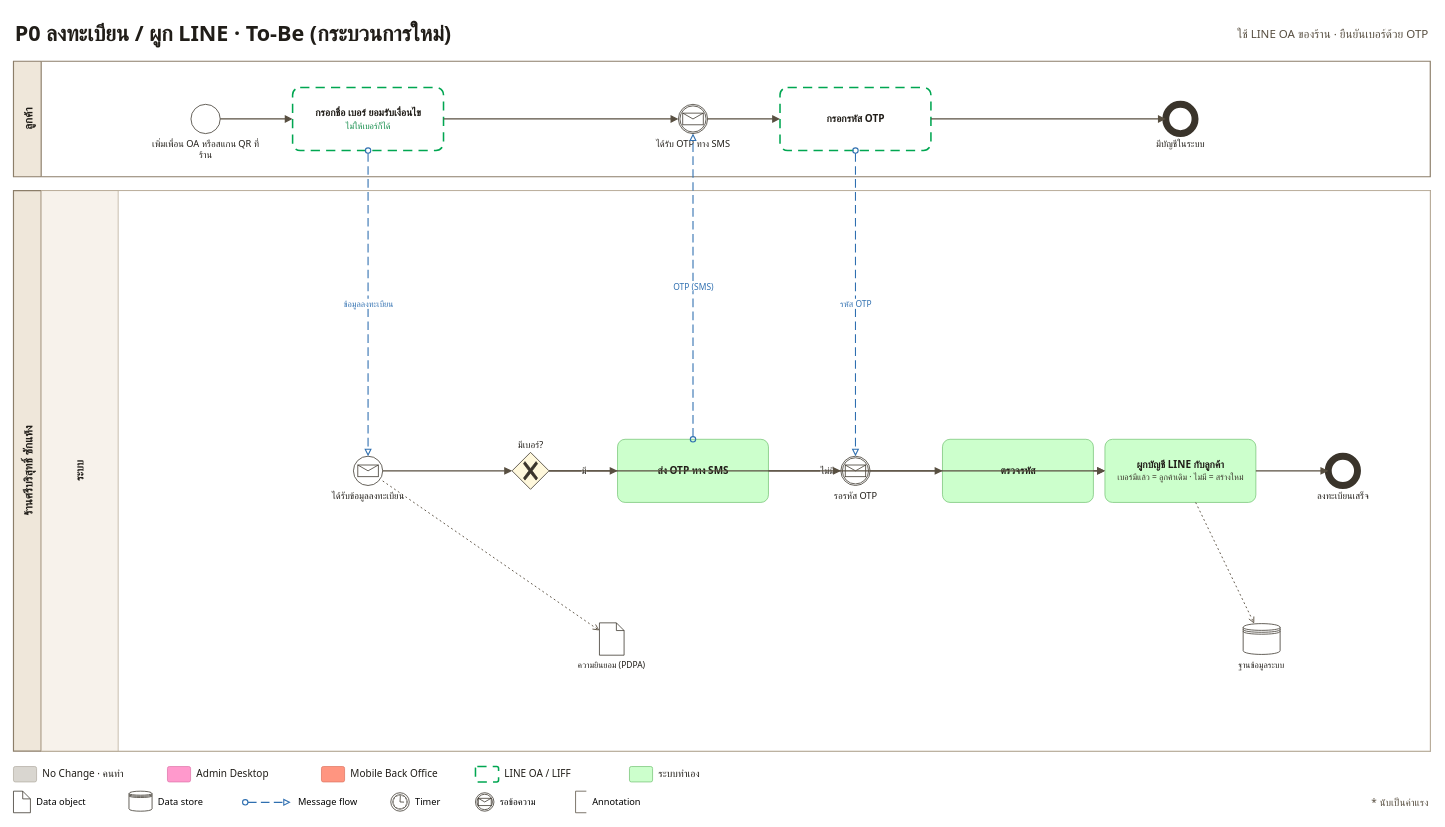
This is page "P0 ลงทะเบียน · To-Be" (3 of 18) of docs/proposal/process-bpmn.drawio from peeranat45/sriborisud-laundry, a draw.io file, before an edit. Source tidied: cells renumbered, new cells numbered last; positions are measured from the earlier drawing's top-left corner, leaving out a move shared by most shapes. Both pictures are drawn from the tidied source at 77%, with x=0, y=0 at pixel (13, 13).
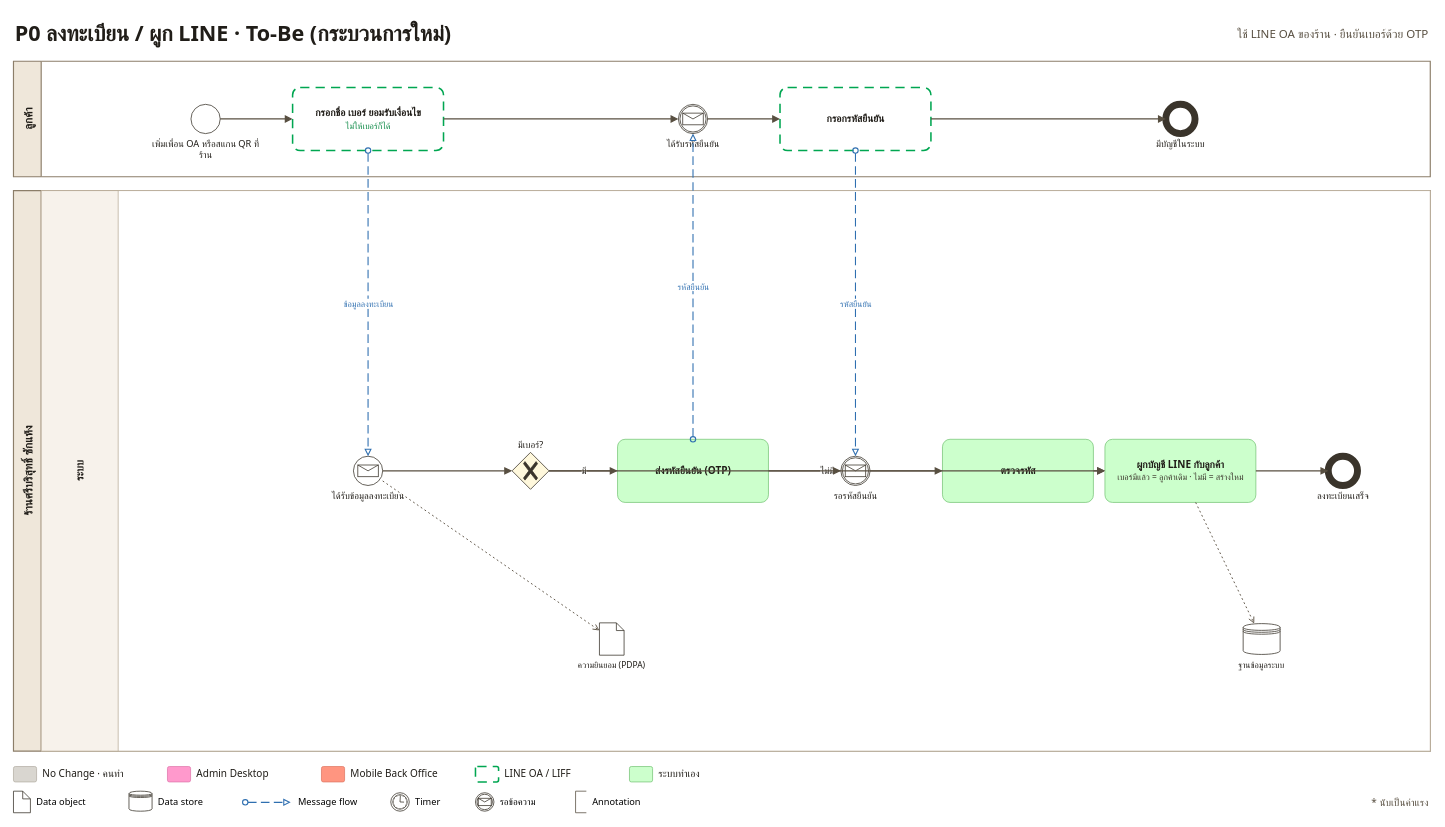
The same diagram, later.

Diff of the diagram source:
```diff
@@
-    <mxCell id="9" value="ได้รับ OTP ทาง SMS" style="fontFamily=Tahoma;html=1;whiteSpace=wrap;shape=mxgraph.bpmn.event;verticalLabelPosition=bottom;verticalAlign=top;align=center;fontSize=12;labelWidth=150;fillColor=light-dark(#FFFFFF,#FFFFFF);strokeColor=light-dark(#3A342B,#3A342B);fontColor=light-dark(#201D18,#201D18);outline=catching;symbol=message;" parent="1" vertex="1">
+    <mxCell id="9" value="ได้รับรหัสยืนยัน" style="fontFamily=Tahoma;html=1;whiteSpace=wrap;shape=mxgraph.bpmn.event;verticalLabelPosition=bottom;verticalAlign=top;align=center;fontSize=12;labelWidth=150;fillColor=light-dark(#FFFFFF,#FFFFFF);strokeColor=light-dark(#3A342B,#3A342B);fontColor=light-dark(#201D18,#201D18);outline=catching;symbol=message;" parent="1" vertex="1">
       <mxGeometry x="863.5" y="118" width="38" height="38" as="geometry" />
     </mxCell>
-    <mxCell id="10" value="&lt;b&gt;กรอกรหัส OTP&lt;/b&gt;" style="fontFamily=Tahoma;html=1;whiteSpace=wrap;rounded=1;arcSize=12;fontSize=13;verticalAlign=middle;spacing=4;fontColor=light-dark(#201D18,#201D18);fillColor=light-dark(#FFFFFF,#FFFFFF);strokeColor=light-dark(#00A651,#00A651);dashed=1;dashPattern=6 4;strokeWidth=2;" parent="1" vertex="1">
+    <mxCell id="10" value="&lt;b&gt;กรอกรหัสยืนยัน&lt;/b&gt;" style="fontFamily=Tahoma;html=1;whiteSpace=wrap;rounded=1;arcSize=12;fontSize=13;verticalAlign=middle;spacing=4;fontColor=light-dark(#201D18,#201D18);fillColor=light-dark(#FFFFFF,#FFFFFF);strokeColor=light-dark(#00A651,#00A651);dashed=1;dashPattern=6 4;strokeWidth=2;" parent="1" vertex="1">
       <mxGeometry x="995.5" y="96" width="196" height="82" as="geometry" />
     </mxCell>
@@
-    <mxCell id="14" value="&lt;b&gt;ส่ง OTP ทาง SMS&lt;/b&gt;" style="fontFamily=Tahoma;html=1;whiteSpace=wrap;rounded=1;arcSize=12;fontSize=13;verticalAlign=middle;spacing=4;fontColor=light-dark(#201D18,#201D18);fillColor=light-dark(#CCFFCC,#CCFFCC);strokeColor=light-dark(#7BC67B,#7BC67B);" parent="1" vertex="1">
+    <mxCell id="14" value="&lt;b&gt;ส่งรหัสยืนยัน (OTP)&lt;/b&gt;" style="fontFamily=Tahoma;html=1;whiteSpace=wrap;rounded=1;arcSize=12;fontSize=13;verticalAlign=middle;spacing=4;fontColor=light-dark(#201D18,#201D18);fillColor=light-dark(#CCFFCC,#CCFFCC);strokeColor=light-dark(#7BC67B,#7BC67B);" parent="1" vertex="1">
       <mxGeometry x="784.5" y="553" width="196" height="82" as="geometry" />
     </mxCell>
-    <mxCell id="15" value="รอรหัส OTP" style="fontFamily=Tahoma;html=1;whiteSpace=wrap;shape=mxgraph.bpmn.event;verticalLabelPosition=bottom;verticalAlign=top;align=center;fontSize=12;labelWidth=150;fillColor=light-dark(#FFFFFF,#FFFFFF);strokeColor=light-dark(#3A342B,#3A342B);fontColor=light-dark(#201D18,#201D18);outline=catching;symbol=message;" parent="1" vertex="1">
+    <mxCell id="15" value="รอรหัสยืนยัน" style="fontFamily=Tahoma;html=1;whiteSpace=wrap;shape=mxgraph.bpmn.event;verticalLabelPosition=bottom;verticalAlign=top;align=center;fontSize=12;labelWidth=150;fillColor=light-dark(#FFFFFF,#FFFFFF);strokeColor=light-dark(#3A342B,#3A342B);fontColor=light-dark(#201D18,#201D18);outline=catching;symbol=message;" parent="1" vertex="1">
       <mxGeometry x="1074.5" y="575" width="38" height="38" as="geometry" />
     </mxCell>
@@
-    <mxCell id="33" value="OTP (SMS)" style="fontFamily=Tahoma;html=1;whiteSpace=nowrap;edgeStyle=orthogonalEdgeStyle;rounded=0;dashed=1;dashPattern=8 4;startArrow=oval;startFill=0;startSize=7;endArrow=block;endFill=0;strokeColor=light-dark(#2F6FB0,#2F6FB0);strokeWidth=1.4;fontSize=11;fontColor=light-dark(#2F6FB0,#2F6FB0);labelBackgroundColor=light-dark(#FFFFFF,#FFFFFF);exitX=0.5;exitY=0;exitDx=0;exitDy=0;entryX=0.5;entryY=1;entryDx=0;entryDy=0;" parent="1" edge="1" source="14" target="9">
+    <mxCell id="33" value="รหัสยืนยัน" style="fontFamily=Tahoma;html=1;whiteSpace=nowrap;edgeStyle=orthogonalEdgeStyle;rounded=0;dashed=1;dashPattern=8 4;startArrow=oval;startFill=0;startSize=7;endArrow=block;endFill=0;strokeColor=light-dark(#2F6FB0,#2F6FB0);strokeWidth=1.4;fontSize=11;fontColor=light-dark(#2F6FB0,#2F6FB0);labelBackgroundColor=light-dark(#FFFFFF,#FFFFFF);exitX=0.5;exitY=0;exitDx=0;exitDy=0;entryX=0.5;entryY=1;entryDx=0;entryDy=0;" parent="1" edge="1" source="14" target="9">
       <mxGeometry relative="1" as="geometry" />
     </mxCell>
-    <mxCell id="34" value="รหัส OTP" style="fontFamily=Tahoma;html=1;whiteSpace=nowrap;edgeStyle=orthogonalEdgeStyle;rounded=0;dashed=1;dashPattern=8 4;startArrow=oval;startFill=0;startSize=7;endArrow=block;endFill=0;strokeColor=light-dark(#2F6FB0,#2F6FB0);strokeWidth=1.4;fontSize=11;fontColor=light-dark(#2F6FB0,#2F6FB0);labelBackgroundColor=light-dark(#FFFFFF,#FFFFFF);exitX=0.5;exitY=1;exitDx=0;exitDy=0;entryX=0.5;entryY=0;entryDx=0;entryDy=0;" parent="1" edge="1" source="10" target="15">
+    <mxCell id="34" value="รหัสยืนยัน" style="fontFamily=Tahoma;html=1;whiteSpace=nowrap;edgeStyle=orthogonalEdgeStyle;rounded=0;dashed=1;dashPattern=8 4;startArrow=oval;startFill=0;startSize=7;endArrow=block;endFill=0;strokeColor=light-dark(#2F6FB0,#2F6FB0);strokeWidth=1.4;fontSize=11;fontColor=light-dark(#2F6FB0,#2F6FB0);labelBackgroundColor=light-dark(#FFFFFF,#FFFFFF);exitX=0.5;exitY=1;exitDx=0;exitDy=0;entryX=0.5;entryY=0;entryDx=0;entryDy=0;" parent="1" edge="1" source="10" target="15">
       <mxGeometry relative="1" as="geometry" />
     </mxCell>
```
